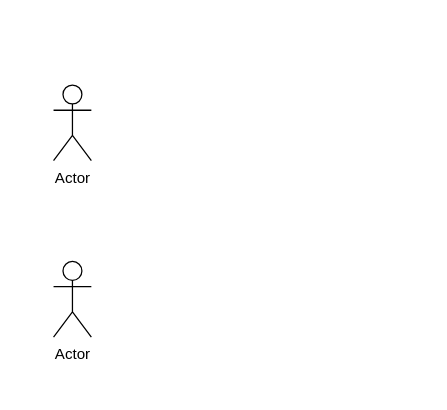
Yasser-Alem/testgrid keeps this draw.io diagram as Diagramme sans nom.drawio. Above is the earlier version. Source tidied: cells renumbered, new cells numbered last; positions are measured from the earlier drawing's top-left corner, leaving out a move shared by most shapes. Both pictures are drawn from the tidied source at 126%, with x=0, y=0 at pixel (53, 84).
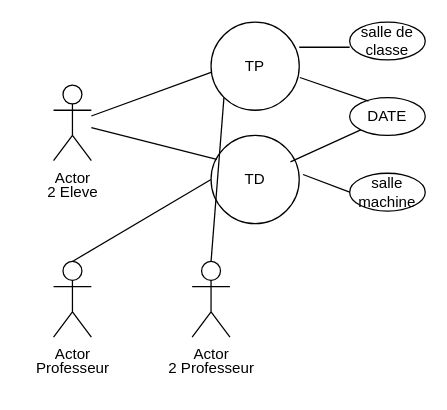
The same diagram, later.

Commit message (it also covers changes not shown here):
Mettre à jour Diagramme sans nom.drawio

Unchanged cells that the change refers to:
```xml
<mxCell id="2" value="Actor" style="shape=umlActor;verticalLabelPosition=bottom;verticalAlign=top;html=1;outlineConnect=0;" parent="1" vertex="1">
  <mxGeometry width="30" height="60" as="geometry" />
</mxCell>
<mxCell id="3" value="Actor" style="shape=umlActor;verticalLabelPosition=bottom;verticalAlign=top;html=1;outlineConnect=0;" parent="1" vertex="1">
  <mxGeometry y="140" width="30" height="60" as="geometry" />
</mxCell>
```

Diff of the diagram source:
```diff
@@
+    <mxCell id="4" value="2 Eleve" style="text;html=1;align=center;verticalAlign=middle;strokeColor=none;fillColor=none;" parent="1" vertex="1">
+      <mxGeometry x="-15" y="70" width="60" height="30" as="geometry" />
+    </mxCell>
+    <mxCell id="5" value="Professeur&lt;br&gt;" style="text;html=1;align=center;verticalAlign=middle;strokeColor=none;fillColor=none;" parent="1" vertex="1">
+      <mxGeometry x="-25" y="210" width="80" height="30" as="geometry" />
+    </mxCell>
+    <mxCell id="6" value="TP&lt;br&gt;" style="ellipse;whiteSpace=wrap;html=1;" parent="1" vertex="1">
+      <mxGeometry x="125" y="-50" width="70" height="70" as="geometry" />
+    </mxCell>
+    <mxCell id="7" value="TD&lt;br&gt;" style="ellipse;whiteSpace=wrap;html=1;" parent="1" vertex="1">
+      <mxGeometry x="125" y="40" width="70" height="70" as="geometry" />
+    </mxCell>
+    <mxCell id="8" value="DATE&lt;br&gt;" style="ellipse;whiteSpace=wrap;html=1;" parent="1" vertex="1">
+      <mxGeometry x="235" y="10" width="60" height="30" as="geometry" />
+    </mxCell>
+    <mxCell id="9" style="endArrow=none;html=1;rounded=0;" parent="1" edge="1" source="2">
+      <mxGeometry relative="1" as="geometry">
+        <mxPoint x="125" y="-10" as="targetPoint" />
+      </mxGeometry>
+    </mxCell>
+    <mxCell id="10" style="endArrow=none;html=1;rounded=0;entryX=0.064;entryY=0.271;entryDx=0;entryDy=0;entryPerimeter=0;" parent="1" edge="1" source="2" target="7">
+      <mxGeometry relative="1" as="geometry" />
+    </mxCell>
+    <mxCell id="11" style="endArrow=none;html=1;rounded=0;exitX=1.007;exitY=0.629;exitDx=0;exitDy=0;exitPerimeter=0;" parent="1" edge="1" source="6">
+      <mxGeometry relative="1" as="geometry">
+        <mxPoint x="250" y="12.7" as="targetPoint" />
+      </mxGeometry>
+    </mxCell>
+    <mxCell id="12" style="endArrow=none;html=1;rounded=0;exitX=0.9;exitY=0.3;exitDx=0;exitDy=0;exitPerimeter=0;entryX=0;entryY=1;entryDx=0;entryDy=0;" parent="1" edge="1" source="7" target="8">
+      <mxGeometry relative="1" as="geometry" />
+    </mxCell>
+    <mxCell id="13" value="salle de classe" style="ellipse;whiteSpace=wrap;html=1;" parent="1" vertex="1">
+      <mxGeometry x="235" y="-50" width="60" height="30" as="geometry" />
+    </mxCell>
+    <mxCell id="14" value="salle&lt;br&gt;machine" style="ellipse;whiteSpace=wrap;html=1;" parent="1" vertex="1">
+      <mxGeometry x="235" y="70" width="60" height="30" as="geometry" />
+    </mxCell>
+    <mxCell id="15" style="endArrow=none;html=1;rounded=0;exitX=0.9;exitY=0.3;exitDx=0;exitDy=0;exitPerimeter=0;entryX=0;entryY=0.5;entryDx=0;entryDy=0;" parent="1" edge="1" target="14">
+      <mxGeometry relative="1" as="geometry">
+        <mxPoint x="198" y="71" as="sourcePoint" />
+      </mxGeometry>
+    </mxCell>
+    <mxCell id="16" style="endArrow=none;html=1;rounded=0;" parent="1" edge="1">
+      <mxGeometry relative="1" as="geometry">
+        <mxPoint x="195" y="-30" as="sourcePoint" />
+        <mxPoint x="235" y="-30" as="targetPoint" />
+      </mxGeometry>
+    </mxCell>
+    <mxCell id="17" value="Actor" style="shape=umlActor;verticalLabelPosition=bottom;verticalAlign=top;html=1;outlineConnect=0;" parent="1" vertex="1">
+      <mxGeometry x="110" y="140" width="30" height="60" as="geometry" />
+    </mxCell>
+    <mxCell id="18" value="2 Professeur" style="text;html=1;align=center;verticalAlign=middle;strokeColor=none;fillColor=none;" parent="1" vertex="1">
+      <mxGeometry x="80" y="210" width="90" height="30" as="geometry" />
+    </mxCell>
+    <mxCell id="19" style="endArrow=none;html=1;rounded=0;entryX=0;entryY=0.5;entryDx=0;entryDy=0;exitX=0.5;exitY=0;exitDx=0;exitDy=0;exitPerimeter=0;" parent="1" edge="1" source="3" target="7">
+      <mxGeometry relative="1" as="geometry" />
+    </mxCell>
+    <mxCell id="20" style="endArrow=none;html=1;rounded=0;entryX=0.5;entryY=0;entryDx=0;entryDy=0;entryPerimeter=0;exitX=0;exitY=1;exitDx=0;exitDy=0;" parent="1" edge="1" source="6" target="17">
+      <mxGeometry relative="1" as="geometry" />
+    </mxCell>
```
